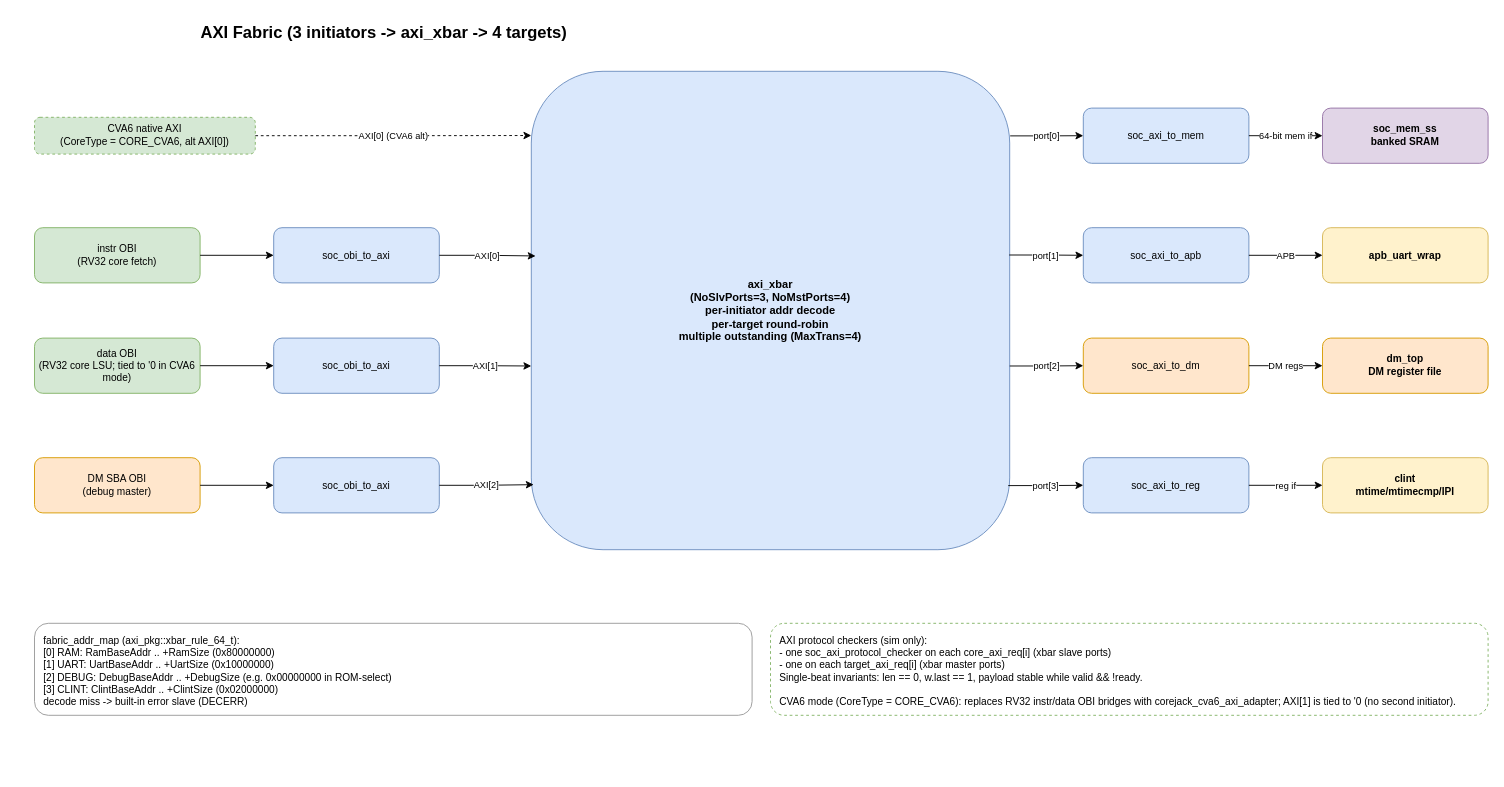
Earlier version of the draw.io diagram page "AXI Fabric" (2 of 8) of docs/media/corejack_soc.drawio (patrickerich/corejack). Source tidied: cells renumbered, new cells numbered last; positions are measured from the earlier drawing's top-left corner, leaving out a move shared by most shapes. Both pictures are drawn from the tidied source at 92%, with x=0, y=0 at pixel (16, 16).
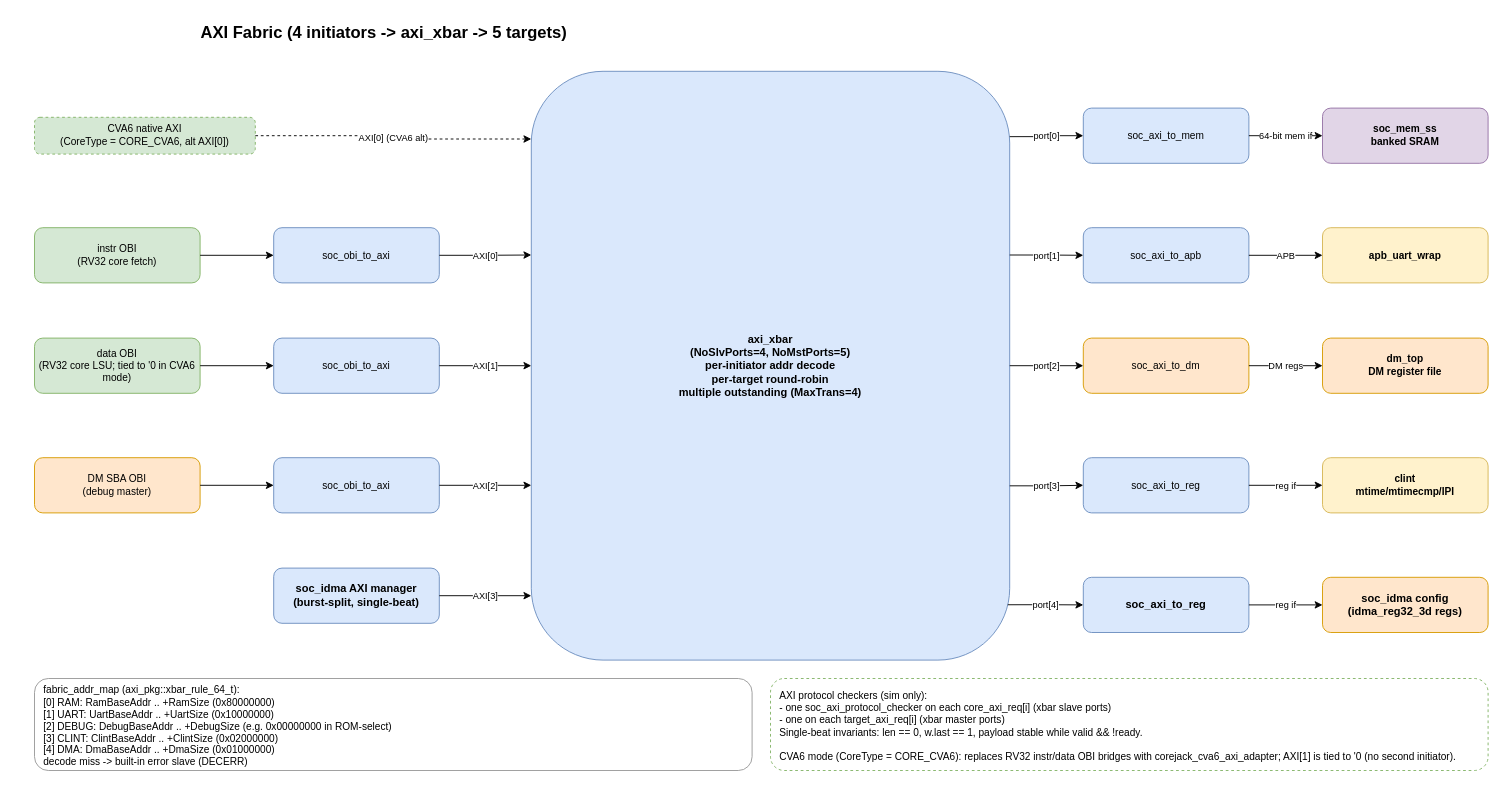
The same page after the edit.

Commit message (it also covers changes not shown here):
Refresh docs and diagrams for the iDMA integration

The change refers to these unchanged cells:
```xml
<mxCell id="3" value="CVA6 native AXI&#10;(CoreType = CORE_CVA6, alt AXI[0])" style="rounded=1;whiteSpace=wrap;html=1;fillColor=#d5e8d4;strokeColor=#82b366;fontSize=11;verticalAlign=middle;dashed=1;" parent="1" vertex="1">
  <mxGeometry x="20" y="110" width="240" height="40" as="geometry" />
</mxCell>
<mxCell id="7" value="soc_obi_to_axi" style="rounded=1;whiteSpace=wrap;html=1;fillColor=#dae8fc;strokeColor=#6c8ebf;fontSize=11;verticalAlign=middle;" parent="1" vertex="1">
  <mxGeometry x="280" y="230" width="180" height="60" as="geometry" />
</mxCell>
<mxCell id="8" value="soc_obi_to_axi" style="rounded=1;whiteSpace=wrap;html=1;fillColor=#dae8fc;strokeColor=#6c8ebf;fontSize=11;verticalAlign=middle;" parent="1" vertex="1">
  <mxGeometry x="280" y="350" width="180" height="60" as="geometry" />
</mxCell>
<mxCell id="9" value="soc_obi_to_axi" style="rounded=1;whiteSpace=wrap;html=1;fillColor=#dae8fc;strokeColor=#6c8ebf;fontSize=11;verticalAlign=middle;" parent="1" vertex="1">
  <mxGeometry x="280" y="480" width="180" height="60" as="geometry" />
</mxCell>
<mxCell id="11" value="soc_axi_to_mem" style="rounded=1;whiteSpace=wrap;html=1;fillColor=#dae8fc;strokeColor=#6c8ebf;fontSize=11;verticalAlign=middle;" parent="1" vertex="1">
  <mxGeometry x="1160" y="100" width="180" height="60" as="geometry" />
</mxCell>
<mxCell id="12" value="soc_axi_to_apb" style="rounded=1;whiteSpace=wrap;html=1;fillColor=#dae8fc;strokeColor=#6c8ebf;fontSize=11;verticalAlign=middle;" parent="1" vertex="1">
  <mxGeometry x="1160" y="230" width="180" height="60" as="geometry" />
</mxCell>
<mxCell id="13" value="soc_axi_to_dm" style="rounded=1;whiteSpace=wrap;html=1;fillColor=#ffe6cc;strokeColor=#d79b00;fontSize=11;verticalAlign=middle;" parent="1" vertex="1">
  <mxGeometry x="1160" y="350" width="180" height="60" as="geometry" />
</mxCell>
<mxCell id="14" value="soc_axi_to_reg" style="rounded=1;whiteSpace=wrap;html=1;fillColor=#dae8fc;strokeColor=#6c8ebf;fontSize=11;verticalAlign=middle;" parent="1" vertex="1">
  <mxGeometry x="1160" y="480" width="180" height="60" as="geometry" />
</mxCell>
```

What changed in the source:
```diff
@@
-    <mxCell id="2" value="AXI Fabric (3 initiators -&gt; axi_xbar -&gt; 4 targets)" style="text;html=1;strokeColor=none;fillColor=none;align=center;verticalAlign=middle;whiteSpace=wrap;rounded=0;fontSize=18;fontStyle=1;" parent="1" vertex="1">
+    <mxCell id="2" value="AXI Fabric (4 initiators -&gt; axi_xbar -&gt; 5 targets)" style="text;html=1;strokeColor=none;fillColor=none;align=center;verticalAlign=middle;whiteSpace=wrap;rounded=0;fontSize=18;fontStyle=1;" parent="1" vertex="1">
       <mxGeometry width="800" height="36" as="geometry" />
     </mxCell>
@@
-    <mxCell id="10" value="axi_xbar&#10;(NoSlvPorts=3, NoMstPorts=4)&#10;per-initiator addr decode&#10;per-target round-robin&#10;multiple outstanding (MaxTrans=4)" style="rounded=1;whiteSpace=wrap;html=1;fillColor=#dae8fc;strokeColor=#6c8ebf;fontSize=12;fontStyle=1;verticalAlign=middle;" parent="1" vertex="1">
-      <mxGeometry x="560" y="60" width="520" height="520" as="geometry" />
+    <mxCell id="10" value="axi_xbar&#10;(NoSlvPorts=4, NoMstPorts=5)&#10;per-initiator addr decode&#10;per-target round-robin&#10;multiple outstanding (MaxTrans=4)" style="rounded=1;whiteSpace=wrap;html=1;fillColor=#dae8fc;strokeColor=#6c8ebf;fontSize=12;fontStyle=1;verticalAlign=middle;" parent="1" vertex="1">
+      <mxGeometry x="560" y="60" width="520" height="640" as="geometry" />
     </mxCell>
+    <mxCell id="36" value="soc_idma AXI manager&#10;(burst-split, single-beat)" style="rounded=1;whiteSpace=wrap;html=1;fillColor=#dae8fc;strokeColor=#6c8ebf;fontSize=12;fontStyle=1;verticalAlign=middle;" parent="1" vertex="1">
+      <mxGeometry x="280" y="600" width="180" height="60" as="geometry" />
+    </mxCell>
+    <mxCell id="37" value="soc_axi_to_reg" style="rounded=1;whiteSpace=wrap;html=1;fillColor=#dae8fc;strokeColor=#6c8ebf;fontSize=12;fontStyle=1;verticalAlign=middle;" parent="1" vertex="1">
+      <mxGeometry x="1160" y="610" width="180" height="60" as="geometry" />
+    </mxCell>
+    <mxCell id="38" value="soc_idma config&#10;(idma_reg32_3d regs)" style="rounded=1;whiteSpace=wrap;html=1;fillColor=#ffe6cc;strokeColor=#d79b00;fontSize=12;fontStyle=1;verticalAlign=middle;" parent="1" vertex="1">
+      <mxGeometry x="1420" y="610" width="180" height="60" as="geometry" />
+    </mxCell>
+    <mxCell id="39" value="AXI[3]" style="endArrow=classic;html=1;edgeStyle=orthogonalEdgeStyle;rounded=0;fontSize=10;exitX=1;exitY=0.5;" parent="1" edge="1" source="36">
+      <mxGeometry relative="1" as="geometry">
+        <mxPoint x="560" y="630" as="targetPoint" />
+      </mxGeometry>
+    </mxCell>
+    <mxCell id="40" value="port[4]" style="endArrow=classic;html=1;edgeStyle=orthogonalEdgeStyle;rounded=0;fontSize=10;exitX=0.996;exitY=0.906;entryX=0;entryY=0.5;exitDx=0;exitDy=0;exitPerimeter=0;" parent="1" edge="1" source="10" target="37">
+      <mxGeometry relative="1" as="geometry" />
+    </mxCell>
+    <mxCell id="41" value="reg if" style="endArrow=classic;html=1;edgeStyle=orthogonalEdgeStyle;rounded=0;fontSize=10;exitX=1;exitY=0.5;entryX=0;entryY=0.5;" parent="1" edge="1" source="37" target="38">
+      <mxGeometry relative="1" as="geometry" />
+    </mxCell>
@@
-    <mxCell id="19" value="fabric_addr_map (axi_pkg::xbar_rule_64_t):&#10;[0] RAM:   RamBaseAddr   .. +RamSize     (0x80000000)&#10;[1] UART:  UartBaseAddr  .. +UartSize    (0x10000000)&#10;[2] DEBUG: DebugBaseAddr .. +DebugSize   (e.g. 0x00000000 in ROM-select)&#10;[3] CLINT: ClintBaseAddr .. +ClintSize   (0x02000000)&#10;decode miss -&gt; built-in error slave (DECERR)" style="rounded=1;whiteSpace=wrap;html=1;fillColor=#FFFFFF;strokeColor=#999999;fontSize=11;align=left;spacingLeft=8;spacingTop=4;" parent="1" vertex="1">
-      <mxGeometry x="20" y="660" width="780" height="100" as="geometry" />
+    <mxCell id="19" value="fabric_addr_map (axi_pkg::xbar_rule_64_t):&#10;[0] RAM:   RamBaseAddr   .. +RamSize     (0x80000000)&#10;[1] UART:  UartBaseAddr  .. +UartSize    (0x10000000)&#10;[2] DEBUG: DebugBaseAddr .. +DebugSize   (e.g. 0x00000000 in ROM-select)&#10;[3] CLINT: ClintBaseAddr .. +ClintSize   (0x02000000)&#10;[4] DMA:   DmaBaseAddr   .. +DmaSize     (0x01000000)&#10;decode miss -&gt; built-in error slave (DECERR)" style="rounded=1;whiteSpace=wrap;html=1;fillColor=#FFFFFF;strokeColor=#999999;fontSize=11;align=left;spacingLeft=8;spacingTop=4;" parent="1" vertex="1">
+      <mxGeometry x="20" y="720" width="780" height="100" as="geometry" />
     </mxCell>
     <mxCell id="20" value="AXI protocol checkers (sim only):&#10;- one soc_axi_protocol_checker on each core_axi_req[i] (xbar slave ports)&#10;- one on each target_axi_req[i] (xbar master ports)&#10;Single-beat invariants: len == 0, w.last == 1, payload stable while valid &amp;&amp; !ready.&#10;&#10;CVA6 mode (CoreType = CORE_CVA6): replaces RV32 instr/data OBI bridges with corejack_cva6_axi_adapter; AXI[1] is tied to '0 (no second initiator)." style="rounded=1;whiteSpace=wrap;html=1;fillColor=#FFFFFF;strokeColor=#82b366;fontSize=11;align=left;spacingLeft=8;spacingTop=4;dashed=1;" parent="1" vertex="1">
-      <mxGeometry x="820" y="660" width="780" height="100" as="geometry" />
+      <mxGeometry x="820" y="720" width="780" height="100" as="geometry" />
     </mxCell>
-    <mxCell id="21" value="AXI[0] (CVA6 alt)" style="endArrow=classic;html=1;edgeStyle=orthogonalEdgeStyle;rounded=0;exitX=1;exitY=0.5;fontSize=10;dashed=1;entryX=0;entryY=0.115;entryDx=0;entryDy=0;entryPerimeter=0;" parent="1" edge="1" source="3">
-      <mxGeometry relative="1" as="geometry">
-        <mxPoint x="560" y="129.8" as="targetPoint" />
-      </mxGeometry>
+    <mxCell id="21" value="AXI[0] (CVA6 alt)" style="endArrow=classic;html=1;edgeStyle=orthogonalEdgeStyle;rounded=0;exitX=1;exitY=0.5;fontSize=10;dashed=1;entryX=0;entryY=0.115;entryDx=0;entryDy=0;entryPerimeter=0;" parent="1" edge="1" source="3" target="10">
+      <mxGeometry relative="1" as="geometry" />
     </mxCell>
@@
-    <mxCell id="25" value="AXI[0]" style="endArrow=classic;html=1;edgeStyle=orthogonalEdgeStyle;rounded=0;exitX=1;exitY=0.5;entryX=0.009;entryY=0.386;fontSize=10;entryDx=0;entryDy=0;entryPerimeter=0;" parent="1" edge="1" source="7" target="10">
+    <mxCell id="25" value="AXI[0]" style="endArrow=classic;html=1;edgeStyle=orthogonalEdgeStyle;rounded=0;exitX=1;exitY=0.5;entryX=0;entryY=0.312;fontSize=10;entryDx=0;entryDy=0;entryPerimeter=0;" parent="1" edge="1" source="7" target="10">
       <mxGeometry relative="1" as="geometry" />
     </mxCell>
-    <mxCell id="26" value="AXI[1]" style="endArrow=classic;html=1;edgeStyle=orthogonalEdgeStyle;rounded=0;exitX=1;exitY=0.5;entryX=0;entryY=0.616;fontSize=10;entryDx=0;entryDy=0;entryPerimeter=0;" parent="1" edge="1" source="8" target="10">
+    <mxCell id="26" value="AXI[1]" style="endArrow=classic;html=1;edgeStyle=orthogonalEdgeStyle;rounded=0;exitX=1;exitY=0.5;entryX=0;entryY=0.5;fontSize=10;entryDx=0;entryDy=0;" parent="1" edge="1" source="8" target="10">
       <mxGeometry relative="1" as="geometry" />
     </mxCell>
-    <mxCell id="27" value="AXI[2]" style="endArrow=classic;html=1;edgeStyle=orthogonalEdgeStyle;rounded=0;exitX=1;exitY=0.5;entryX=0.005;entryY=0.864;fontSize=10;entryDx=0;entryDy=0;entryPerimeter=0;" parent="1" edge="1" source="9" target="10">
-      <mxGeometry relative="1" as="geometry" />
+    <mxCell id="27" value="AXI[2]" style="endArrow=classic;html=1;edgeStyle=orthogonalEdgeStyle;rounded=0;exitX=1;exitY=0.5;fontSize=10;" parent="1" edge="1" source="9">
+      <mxGeometry relative="1" as="geometry">
+        <mxPoint x="560" y="510" as="targetPoint" />
+      </mxGeometry>
     </mxCell>
-    <mxCell id="28" value="port[0]" style="endArrow=classic;html=1;edgeStyle=orthogonalEdgeStyle;rounded=0;exitX=1.001;exitY=0.135;entryX=0;entryY=0.5;fontSize=10;exitDx=0;exitDy=0;exitPerimeter=0;" parent="1" edge="1" source="10" target="11">
+    <mxCell id="28" value="port[0]" style="endArrow=classic;html=1;edgeStyle=orthogonalEdgeStyle;rounded=0;exitX=1;exitY=0.111;entryX=0;entryY=0.5;fontSize=10;exitDx=0;exitDy=0;exitPerimeter=0;" parent="1" edge="1" source="10" target="11">
       <mxGeometry relative="1" as="geometry" />
     </mxCell>
-    <mxCell id="29" value="port[1]" style="endArrow=classic;html=1;edgeStyle=orthogonalEdgeStyle;rounded=0;exitX=0.999;exitY=0.384;entryX=0;entryY=0.5;fontSize=10;exitDx=0;exitDy=0;exitPerimeter=0;" parent="1" edge="1" source="10" target="12">
+    <mxCell id="29" value="port[1]" style="endArrow=classic;html=1;edgeStyle=orthogonalEdgeStyle;rounded=0;exitX=1;exitY=0.312;entryX=0;entryY=0.5;fontSize=10;exitDx=0;exitDy=0;exitPerimeter=0;" parent="1" edge="1" source="10" target="12">
       <mxGeometry relative="1" as="geometry" />
     </mxCell>
-    <mxCell id="30" value="port[2]" style="endArrow=classic;html=1;edgeStyle=orthogonalEdgeStyle;rounded=0;exitX=1;exitY=0.616;entryX=0;entryY=0.5;fontSize=10;exitDx=0;exitDy=0;exitPerimeter=0;" parent="1" edge="1" source="10" target="13">
+    <mxCell id="30" value="port[2]" style="endArrow=classic;html=1;edgeStyle=orthogonalEdgeStyle;rounded=0;exitX=1;exitY=0.5;entryX=0;entryY=0.5;fontSize=10;exitDx=0;exitDy=0;" parent="1" edge="1" source="10" target="13">
       <mxGeometry relative="1" as="geometry" />
     </mxCell>
-    <mxCell id="31" value="port[3]" style="endArrow=classic;html=1;edgeStyle=orthogonalEdgeStyle;rounded=0;exitX=0.997;exitY=0.866;entryX=0;entryY=0.5;fontSize=10;exitDx=0;exitDy=0;exitPerimeter=0;" parent="1" edge="1" source="10" target="14">
+    <mxCell id="31" value="port[3]" style="endArrow=classic;html=1;edgeStyle=orthogonalEdgeStyle;rounded=0;exitX=1;exitY=0.704;entryX=0;entryY=0.5;fontSize=10;exitDx=0;exitDy=0;exitPerimeter=0;" parent="1" edge="1" source="10" target="14">
       <mxGeometry relative="1" as="geometry" />
     </mxCell>
```
